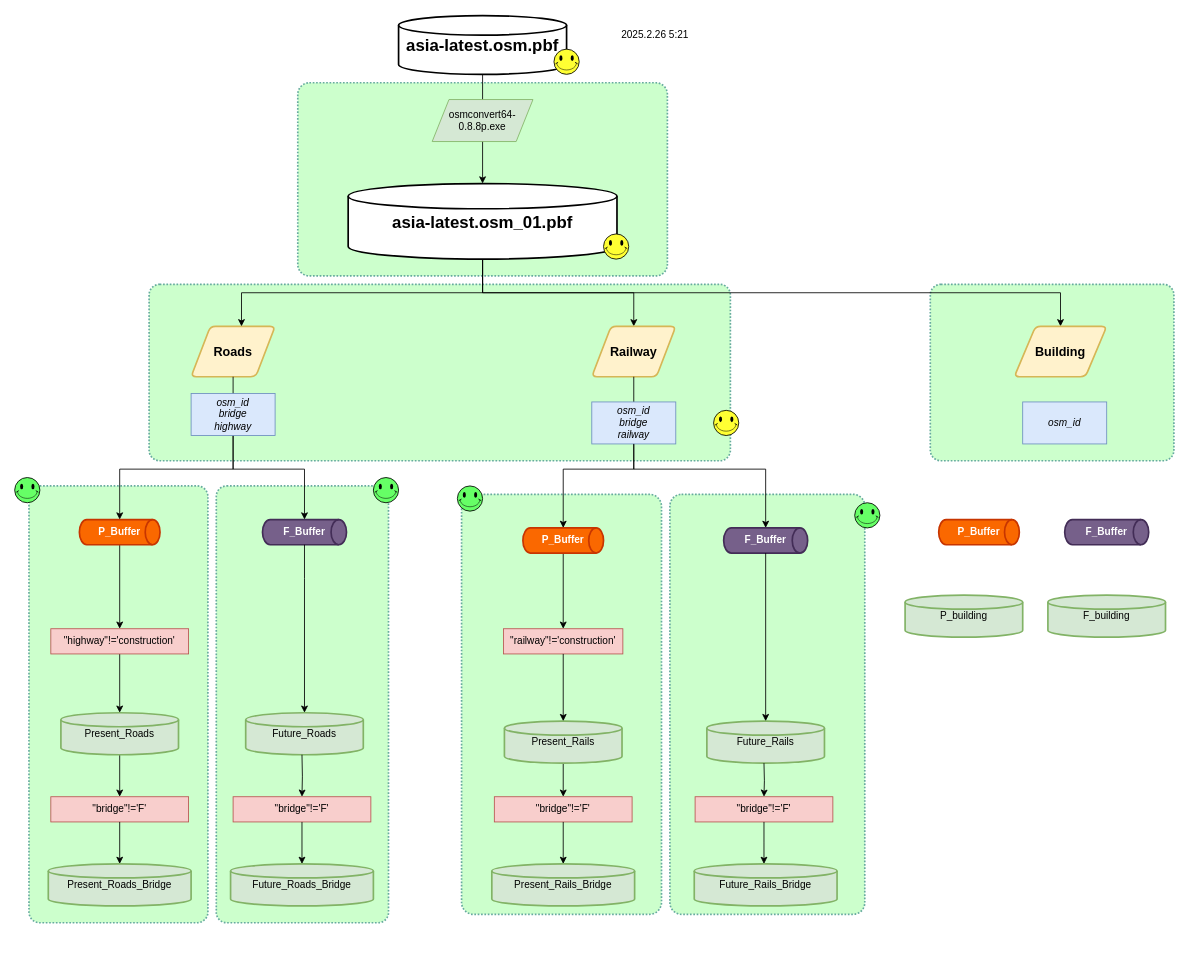
OpenQGIS/Draw.io keeps this draw.io diagram as 道路铁路提取数据.drawio. Above is the earlier version. Source tidied: cells renumbered, new cells numbered last; positions are measured from the earlier drawing's top-left corner, leaving out a move shared by most shapes. Both pictures are drawn from the tidied source at 84%, with x=0, y=0 at pixel (14, 15).
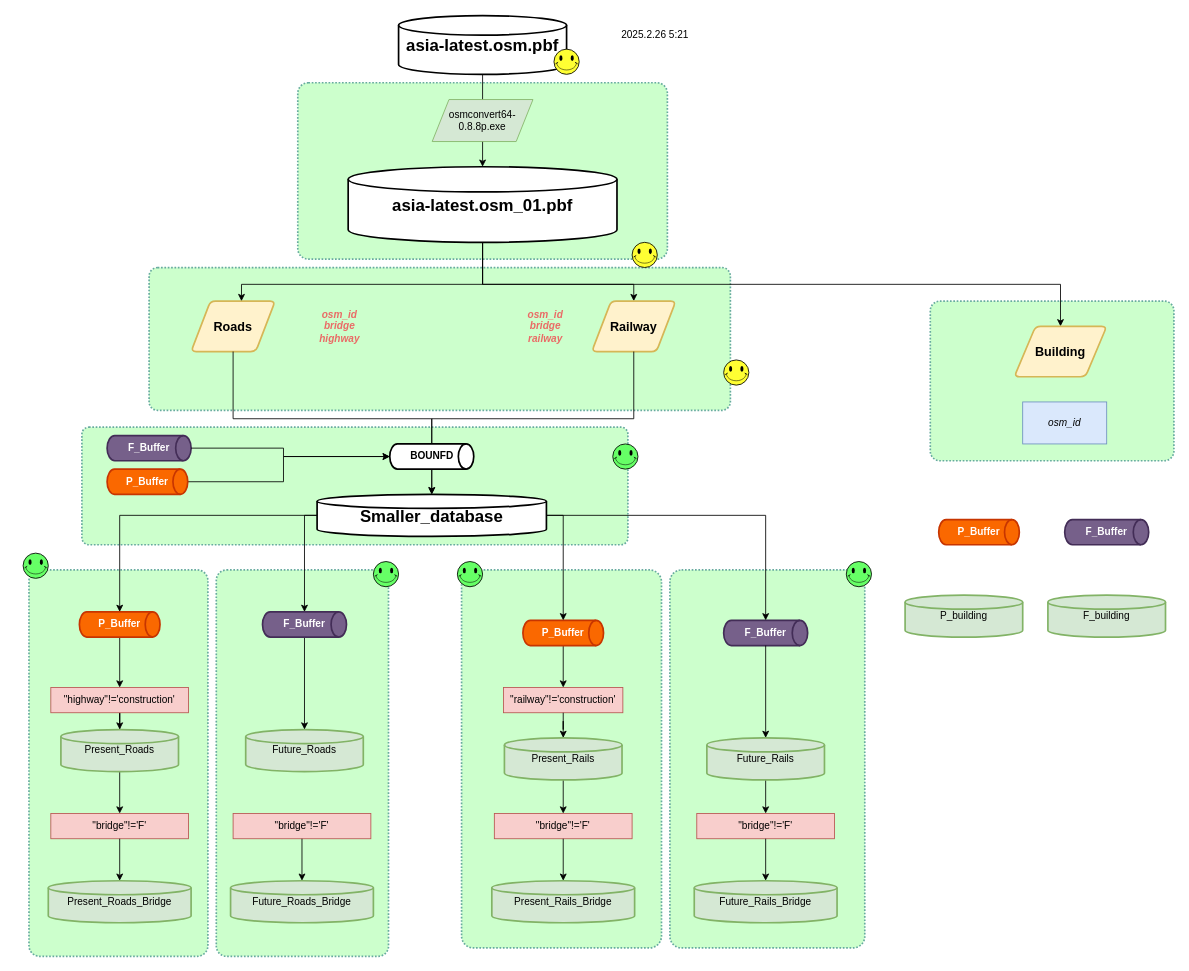
The same page after the edit.

Commit message:
更新道路铁路提取数据.drawio

Unchanged cells that the change refers to:
```xml
<mxCell id="64" value="Building" style="shape=parallelogram;html=1;strokeWidth=2;perimeter=parallelogramPerimeter;whiteSpace=wrap;rounded=1;arcSize=12;size=0.23;fontSize=15;fontStyle=1;fillColor=#fff2cc;strokeColor=#d6b656;" parent="1" vertex="1">
  <mxGeometry x="1190" y="370" width="110" height="60" as="geometry" />
</mxCell>
```

What changed in the source:
```diff
@@
+    <mxCell id="70" style="rounded=1;whiteSpace=wrap;html=1;fillColor=#CCFFCC;strokeColor=#67AB9F;strokeWidth=2;shadow=0;arcSize=6;dashed=1;dashPattern=1 1;" parent="1" vertex="1">
+      <mxGeometry x="80" y="490" width="650" height="140" as="geometry" />
+    </mxCell>
     <mxCell id="2" style="rounded=1;whiteSpace=wrap;html=1;fillColor=#CCFFCC;strokeColor=#67AB9F;strokeWidth=2;shadow=0;arcSize=6;dashed=1;dashPattern=1 1;" parent="1" vertex="1">
-      <mxGeometry x="1090" y="320" width="290" height="210" as="geometry" />
+      <mxGeometry x="1090" y="340" width="290" height="190" as="geometry" />
     </mxCell>
     <mxCell id="3" style="rounded=1;whiteSpace=wrap;html=1;fillColor=#CCFFCC;strokeColor=#67AB9F;strokeWidth=2;shadow=0;arcSize=6;dashed=1;dashPattern=1 1;" parent="1" vertex="1">
-      <mxGeometry x="780" y="570" width="232" height="500" as="geometry" />
+      <mxGeometry x="780" y="660" width="232" height="450" as="geometry" />
     </mxCell>
     <mxCell id="4" style="rounded=1;whiteSpace=wrap;html=1;fillColor=#CCFFCC;strokeColor=#67AB9F;strokeWidth=2;shadow=0;arcSize=6;dashed=1;dashPattern=1 1;" parent="1" vertex="1">
-      <mxGeometry x="240" y="560" width="205" height="520" as="geometry" />
+      <mxGeometry x="240" y="660" width="205" height="460" as="geometry" />
     </mxCell>
     <mxCell id="5" style="rounded=1;whiteSpace=wrap;html=1;fillColor=#CCFFCC;strokeColor=#67AB9F;strokeWidth=2;shadow=0;arcSize=6;dashed=1;dashPattern=1 1;" parent="1" vertex="1">
-      <mxGeometry x="532" y="570" width="238" height="500" as="geometry" />
+      <mxGeometry x="532" y="660" width="238" height="450" as="geometry" />
     </mxCell>
     <mxCell id="6" style="rounded=1;whiteSpace=wrap;html=1;fillColor=#CCFFCC;strokeColor=#67AB9F;strokeWidth=2;shadow=0;arcSize=6;dashed=1;dashPattern=1 1;" parent="1" vertex="1">
-      <mxGeometry x="17" y="560" width="213" height="520" as="geometry" />
+      <mxGeometry x="17" y="660" width="213" height="460" as="geometry" />
     </mxCell>
     <mxCell id="7" style="rounded=1;whiteSpace=wrap;html=1;fillColor=#CCFFCC;strokeColor=#67AB9F;strokeWidth=2;shadow=0;arcSize=6;dashed=1;dashPattern=1 1;" parent="1" vertex="1">
-      <mxGeometry x="160" y="320" width="692" height="210" as="geometry" />
+      <mxGeometry x="160" y="300" width="692" height="170" as="geometry" />
     </mxCell>
     <mxCell id="8" style="rounded=1;whiteSpace=wrap;html=1;fillColor=#CCFFCC;strokeColor=#67AB9F;strokeWidth=2;shadow=0;arcSize=6;dashed=1;dashPattern=1 1;" parent="1" vertex="1">
-      <mxGeometry x="337" y="80" width="440" height="230" as="geometry" />
+      <mxGeometry x="337" y="80" width="440" height="210" as="geometry" />
     </mxCell>
@@
     <mxCell id="10" style="edgeStyle=orthogonalEdgeStyle;rounded=0;jettySize=auto;html=1;entryX=0.5;entryY=0;entryDx=0;entryDy=0;" parent="1" edge="1" source="12" target="16">
-      <mxGeometry relative="1" as="geometry" />
+      <mxGeometry relative="1" as="geometry">
+        <Array as="points">
+          <mxPoint x="557" y="320" />
+          <mxPoint x="737" y="320" />
+        </Array>
+      </mxGeometry>
     </mxCell>
     <mxCell id="11" style="edgeStyle=orthogonalEdgeStyle;rounded=0;jettySize=auto;html=1;entryX=0.5;entryY=0;entryDx=0;entryDy=0;" parent="1" edge="1" source="12" target="64">
       <mxGeometry relative="1" as="geometry">
         <Array as="points">
-          <mxPoint x="557" y="330" />
-          <mxPoint x="1245" y="330" />
+          <mxPoint x="557" y="320" />
+          <mxPoint x="1245" y="320" />
         </Array>
       </mxGeometry>
     </mxCell>
     <mxCell id="12" value="&lt;span style=&quot;font-size: 20px; font-weight: 700;&quot;&gt;asia-latest.osm_01.pbf&lt;/span&gt;" style="strokeWidth=2;html=1;shape=mxgraph.flowchart.database;whiteSpace=wrap;" parent="1" vertex="1">
-      <mxGeometry x="397" y="200" width="320" height="90" as="geometry" />
+      <mxGeometry x="397" y="180" width="320" height="90" as="geometry" />
     </mxCell>
@@
     <mxCell id="15" value="Roads" style="shape=parallelogram;html=1;strokeWidth=2;perimeter=parallelogramPerimeter;whiteSpace=wrap;rounded=1;arcSize=12;size=0.23;fontSize=15;fontStyle=1;fillColor=#fff2cc;strokeColor=#d6b656;" parent="1" vertex="1">
-      <mxGeometry x="210" y="370" width="100" height="60" as="geometry" />
+      <mxGeometry x="210" y="340" width="100" height="60" as="geometry" />
     </mxCell>
     <mxCell id="16" value="Railway" style="shape=parallelogram;html=1;strokeWidth=2;perimeter=parallelogramPerimeter;whiteSpace=wrap;rounded=1;arcSize=12;size=0.23;fontSize=15;fontStyle=1;fillColor=#fff2cc;strokeColor=#d6b656;" parent="1" vertex="1">
-      <mxGeometry x="687" y="370" width="100" height="60" as="geometry" />
+      <mxGeometry x="687" y="340" width="100" height="60" as="geometry" />
     </mxCell>
     <mxCell id="17" value="&quot;railway&quot;!='construction'" style="rounded=0;whiteSpace=wrap;html=1;fontStyle=0;spacing=2;fillColor=#f8cecc;strokeColor=#b85450;" parent="1" vertex="1">
-      <mxGeometry x="582" y="730" width="142" height="30" as="geometry" />
+      <mxGeometry x="582" y="800" width="142" height="30" as="geometry" />
     </mxCell>
@@
     <mxCell id="19" value="&quot;highway&quot;!='construction'" style="rounded=0;whiteSpace=wrap;html=1;fontStyle=0;spacing=2;fillColor=#f8cecc;strokeColor=#b85450;" parent="1" vertex="1">
-      <mxGeometry x="43" y="730" width="164" height="30" as="geometry" />
+      <mxGeometry x="43" y="800" width="164" height="30" as="geometry" />
     </mxCell>
@@
     <mxCell id="21" value="Present_Roads" style="strokeWidth=2;html=1;shape=mxgraph.flowchart.database;whiteSpace=wrap;fillColor=#d5e8d4;strokeColor=#82b366;" parent="1" vertex="1">
-      <mxGeometry x="55" y="830" width="140" height="50" as="geometry" />
+      <mxGeometry x="55" y="850" width="140" height="50" as="geometry" />
     </mxCell>
@@
     <mxCell id="23" value="Present_Rails" style="strokeWidth=2;html=1;shape=mxgraph.flowchart.database;whiteSpace=wrap;fillColor=#d5e8d4;strokeColor=#82b366;" parent="1" vertex="1">
-      <mxGeometry x="583" y="840" width="140" height="50" as="geometry" />
+      <mxGeometry x="583" y="860" width="140" height="50" as="geometry" />
     </mxCell>
     <mxCell id="24" value="Future_Roads" style="strokeWidth=2;html=1;shape=mxgraph.flowchart.database;whiteSpace=wrap;fillColor=#d5e8d4;strokeColor=#82b366;" parent="1" vertex="1">
-      <mxGeometry x="275" y="830" width="140" height="50" as="geometry" />
+      <mxGeometry x="275" y="850" width="140" height="50" as="geometry" />
     </mxCell>
+    <mxCell id="71" style="edgeStyle=orthogonalEdgeStyle;rounded=0;jettySize=auto;html=1;entryX=0.5;entryY=0;entryDx=0;entryDy=0;" parent="1" edge="1" source="25" target="62">
+      <mxGeometry relative="1" as="geometry" />
+    </mxCell>
     <mxCell id="25" value="Future_Rails" style="strokeWidth=2;html=1;shape=mxgraph.flowchart.database;whiteSpace=wrap;fillColor=#d5e8d4;strokeColor=#82b366;" parent="1" vertex="1">
-      <mxGeometry x="824" y="840" width="140" height="50" as="geometry" />
+      <mxGeometry x="824" y="860" width="140" height="50" as="geometry" />
     </mxCell>
@@
     <mxCell id="27" style="edgeStyle=orthogonalEdgeStyle;rounded=0;jettySize=auto;html=1;entryX=0.6;entryY=0;entryDx=0;entryDy=0;entryPerimeter=0;" parent="1" edge="1" source="12" target="15">
       <mxGeometry relative="1" as="geometry">
         <Array as="points">
-          <mxPoint x="557" y="330" />
-          <mxPoint x="270" y="330" />
+          <mxPoint x="557" y="320" />
+          <mxPoint x="270" y="320" />
         </Array>
       </mxGeometry>
     </mxCell>
+    <mxCell id="34" style="edgeStyle=orthogonalEdgeStyle;rounded=0;jettySize=auto;html=1;entryX=0.5;entryY=0;entryDx=0;entryDy=0;entryPerimeter=0;" parent="1" edge="1" source="28" target="24">
+      <mxGeometry relative="1" as="geometry" />
+    </mxCell>
     <mxCell id="28" value="F_Buffer" style="strokeWidth=2;html=1;shape=mxgraph.flowchart.direct_data;whiteSpace=wrap;fillColor=#76608a;strokeColor=#432D57;fontColor=#ffffff;fontStyle=1;" parent="1" vertex="1">
-      <mxGeometry x="295" y="600" width="100" height="30" as="geometry" />
+      <mxGeometry x="295" y="710" width="100" height="30" as="geometry" />
     </mxCell>
@@
     <mxCell id="30" value="P_Buffer" style="strokeWidth=2;html=1;shape=mxgraph.flowchart.direct_data;whiteSpace=wrap;fillColor=#fa6800;strokeColor=#C73500;fontColor=#FFFFFF;fontStyle=1;" parent="1" vertex="1">
-      <mxGeometry x="77" y="600" width="96" height="30" as="geometry" />
+      <mxGeometry x="77" y="710" width="96" height="30" as="geometry" />
     </mxCell>
-    <mxCell id="31" style="edgeStyle=orthogonalEdgeStyle;rounded=0;jettySize=auto;html=1;entryX=0.5;entryY=0;entryDx=0;entryDy=0;entryPerimeter=0;" parent="1" edge="1" source="15" target="30">
-      <mxGeometry relative="1" as="geometry">
-        <Array as="points">
-          <mxPoint x="260" y="540" />
-          <mxPoint x="125" y="540" />
-        </Array>
-      </mxGeometry>
-    </mxCell>
-    <mxCell id="32" style="edgeStyle=orthogonalEdgeStyle;rounded=0;jettySize=auto;html=1;" parent="1" edge="1" source="33" target="28">
-      <mxGeometry relative="1" as="geometry">
-        <Array as="points">
-          <mxPoint x="260" y="540" />
-          <mxPoint x="345" y="540" />
-        </Array>
-      </mxGeometry>
-    </mxCell>
-    <mxCell id="33" value="osm_id&lt;div&gt;bridge&lt;/div&gt;&lt;div&gt;highway&lt;/div&gt;" style="rounded=0;whiteSpace=wrap;html=1;fontStyle=2;spacing=2;fillColor=#dae8fc;strokeColor=#6c8ebf;" parent="1" vertex="1">
-      <mxGeometry x="210" y="450" width="100" height="50" as="geometry" />
+    <mxCell id="33" value="osm_id&lt;div&gt;bridge&lt;/div&gt;&lt;div&gt;highway&lt;/div&gt;" style="rounded=0;whiteSpace=wrap;html=1;fontStyle=3;spacing=2;fillColor=none;strokeColor=none;fontColor=#EA6B66;" parent="1" vertex="1">
+      <mxGeometry x="337" y="345" width="100" height="50" as="geometry" />
     </mxCell>
-    <mxCell id="34" style="edgeStyle=orthogonalEdgeStyle;rounded=0;jettySize=auto;html=1;entryX=0.5;entryY=0;entryDx=0;entryDy=0;entryPerimeter=0;" parent="1" edge="1" source="28" target="24">
-      <mxGeometry relative="1" as="geometry">
-        <Array as="points">
-          <mxPoint x="345" y="670" />
-          <mxPoint x="345" y="670" />
-        </Array>
-      </mxGeometry>
-    </mxCell>
     <mxCell id="35" value="F_Buffer" style="strokeWidth=2;html=1;shape=mxgraph.flowchart.direct_data;whiteSpace=wrap;fillColor=#76608a;strokeColor=#432D57;fontColor=#ffffff;fontStyle=1;" parent="1" vertex="1">
-      <mxGeometry x="844" y="610" width="100" height="30" as="geometry" />
+      <mxGeometry x="844" y="720" width="100" height="30" as="geometry" />
     </mxCell>
@@
     <mxCell id="37" value="P_Buffer" style="strokeWidth=2;html=1;shape=mxgraph.flowchart.direct_data;whiteSpace=wrap;fillColor=#fa6800;strokeColor=#C73500;fontColor=#FFFFFF;fontStyle=1;" parent="1" vertex="1">
-      <mxGeometry x="605" y="610" width="96" height="30" as="geometry" />
+      <mxGeometry x="605" y="720" width="96" height="30" as="geometry" />
     </mxCell>
-    <mxCell id="38" style="edgeStyle=orthogonalEdgeStyle;rounded=0;jettySize=auto;html=1;entryX=0.5;entryY=0;entryDx=0;entryDy=0;entryPerimeter=0;" parent="1" edge="1" source="16" target="37">
-      <mxGeometry relative="1" as="geometry">
-        <Array as="points">
-          <mxPoint x="737" y="540" />
-          <mxPoint x="653" y="540" />
-        </Array>
-      </mxGeometry>
-    </mxCell>
-    <mxCell id="39" value="osm_id&lt;div&gt;bridge&lt;/div&gt;&lt;div&gt;railway&lt;/div&gt;" style="rounded=0;whiteSpace=wrap;html=1;fontStyle=2;spacing=2;fillColor=#dae8fc;strokeColor=#6c8ebf;" parent="1" vertex="1">
-      <mxGeometry x="687" y="460" width="100" height="50" as="geometry" />
+    <mxCell id="39" value="osm_id&lt;div&gt;bridge&lt;/div&gt;&lt;div&gt;railway&lt;/div&gt;" style="rounded=0;whiteSpace=wrap;html=1;fontStyle=3;spacing=2;fillColor=none;strokeColor=none;fontColor=#EA6B66;" parent="1" vertex="1">
+      <mxGeometry x="582" y="345" width="100" height="50" as="geometry" />
     </mxCell>
@@
     <mxCell id="42" style="verticalLabelPosition=bottom;verticalAlign=top;html=1;shape=mxgraph.basic.smiley;fillColor=#FFFF33;" parent="1" vertex="1">
-      <mxGeometry x="701" y="260" width="30" height="30" as="geometry" />
+      <mxGeometry x="735" y="270" width="30" height="30" as="geometry" />
     </mxCell>
@@
     <mxCell id="44" style="verticalLabelPosition=bottom;verticalAlign=top;html=1;shape=mxgraph.basic.smiley;fillColor=#FFFF33;" parent="1" vertex="1">
-      <mxGeometry x="832" y="470" width="30" height="30" as="geometry" />
+      <mxGeometry x="844" y="410" width="30" height="30" as="geometry" />
     </mxCell>
     <mxCell id="45" style="verticalLabelPosition=bottom;verticalAlign=top;html=1;shape=mxgraph.basic.smiley;fillColor=#66FF66;" parent="1" vertex="1">
-      <mxGeometry x="1000" y="580" width="30" height="30" as="geometry" />
+      <mxGeometry x="990" y="650" width="30" height="30" as="geometry" />
     </mxCell>
     <mxCell id="46" style="verticalLabelPosition=bottom;verticalAlign=top;html=1;shape=mxgraph.basic.smiley;fillColor=#66FF66;" parent="1" vertex="1">
-      <mxGeometry x="427" y="550" width="30" height="30" as="geometry" />
+      <mxGeometry x="427" y="650" width="30" height="30" as="geometry" />
     </mxCell>
     <mxCell id="47" value="Present_Roads_Bridge" style="strokeWidth=2;html=1;shape=mxgraph.flowchart.database;whiteSpace=wrap;fillColor=#d5e8d4;strokeColor=#82b366;" parent="1" vertex="1">
-      <mxGeometry x="40" y="1010" width="170" height="50" as="geometry" />
+      <mxGeometry x="40" y="1030" width="170" height="50" as="geometry" />
     </mxCell>
     <mxCell id="48" value="Future_Roads_Bridge" style="strokeWidth=2;html=1;shape=mxgraph.flowchart.database;whiteSpace=wrap;fillColor=#d5e8d4;strokeColor=#82b366;" parent="1" vertex="1">
-      <mxGeometry x="257" y="1010" width="170" height="50" as="geometry" />
+      <mxGeometry x="257" y="1030" width="170" height="50" as="geometry" />
     </mxCell>
     <mxCell id="49" value="Future_Rails_Bridge" style="strokeWidth=2;html=1;shape=mxgraph.flowchart.database;whiteSpace=wrap;fillColor=#d5e8d4;strokeColor=#82b366;" parent="1" vertex="1">
-      <mxGeometry x="809" y="1010" width="170" height="50" as="geometry" />
+      <mxGeometry x="809" y="1030" width="170" height="50" as="geometry" />
     </mxCell>
     <mxCell id="50" value="Present_Rails_Bridge" style="strokeWidth=2;html=1;shape=mxgraph.flowchart.database;whiteSpace=wrap;fillColor=#d5e8d4;strokeColor=#82b366;" parent="1" vertex="1">
-      <mxGeometry x="568" y="1010" width="170" height="50" as="geometry" />
+      <mxGeometry x="568" y="1030" width="170" height="50" as="geometry" />
     </mxCell>
-    <mxCell id="51" style="edgeStyle=orthogonalEdgeStyle;rounded=0;jettySize=auto;html=1;entryX=0.5;entryY=0;entryDx=0;entryDy=0;entryPerimeter=0;" parent="1" edge="1" source="39" target="35">
-      <mxGeometry relative="1" as="geometry">
-        <Array as="points">
-          <mxPoint x="737" y="540" />
-          <mxPoint x="894" y="540" />
-        </Array>
-      </mxGeometry>
-    </mxCell>
     <mxCell id="52" style="verticalLabelPosition=bottom;verticalAlign=top;html=1;shape=mxgraph.basic.smiley;fillColor=#66FF66;" parent="1" vertex="1">
-      <mxGeometry x="527" y="560" width="30" height="30" as="geometry" />
+      <mxGeometry x="527" y="650" width="30" height="30" as="geometry" />
     </mxCell>
     <mxCell id="53" style="verticalLabelPosition=bottom;verticalAlign=top;html=1;shape=mxgraph.basic.smiley;fillColor=#66FF66;" parent="1" vertex="1">
-      <mxGeometry y="550" width="30" height="30" as="geometry" />
+      <mxGeometry x="10" y="640" width="30" height="30" as="geometry" />
     </mxCell>
     <mxCell id="54" value="&quot;bridge&quot;!='F'" style="rounded=0;whiteSpace=wrap;html=1;fontStyle=0;spacing=2;fillColor=#f8cecc;strokeColor=#b85450;" parent="1" vertex="1">
-      <mxGeometry x="43" y="930" width="164" height="30" as="geometry" />
+      <mxGeometry x="43" y="950" width="164" height="30" as="geometry" />
     </mxCell>
@@
     <mxCell id="56" value="&quot;bridge&quot;!='F'" style="rounded=0;whiteSpace=wrap;html=1;fontStyle=0;spacing=2;fillColor=#f8cecc;strokeColor=#b85450;" parent="1" vertex="1">
-      <mxGeometry x="571" y="930" width="164" height="30" as="geometry" />
+      <mxGeometry x="571" y="950" width="164" height="30" as="geometry" />
     </mxCell>
@@
-    <mxCell id="58" style="edgeStyle=orthogonalEdgeStyle;rounded=0;jettySize=auto;html=1;entryX=0.5;entryY=0;entryDx=0;entryDy=0;" parent="1" edge="1" target="59">
-      <mxGeometry relative="1" as="geometry">
-        <mxPoint x="342" y="880" as="sourcePoint" />
-      </mxGeometry>
-    </mxCell>
     <mxCell id="59" value="&quot;bridge&quot;!='F'" style="rounded=0;whiteSpace=wrap;html=1;fontStyle=0;spacing=2;fillColor=#f8cecc;strokeColor=#b85450;" parent="1" vertex="1">
-      <mxGeometry x="260" y="930" width="164" height="30" as="geometry" />
+      <mxGeometry x="260" y="950" width="164" height="30" as="geometry" />
     </mxCell>
@@
-    <mxCell id="61" style="edgeStyle=orthogonalEdgeStyle;rounded=0;jettySize=auto;html=1;" parent="1" edge="1" target="62">
-      <mxGeometry relative="1" as="geometry">
-        <mxPoint x="892" y="890" as="sourcePoint" />
-      </mxGeometry>
-    </mxCell>
     <mxCell id="62" value="&quot;bridge&quot;!='F'" style="rounded=0;whiteSpace=wrap;html=1;fontStyle=0;spacing=2;fillColor=#f8cecc;strokeColor=#b85450;" parent="1" vertex="1">
-      <mxGeometry x="810" y="930" width="164" height="30" as="geometry" />
+      <mxGeometry x="812" y="950" width="164" height="30" as="geometry" />
     </mxCell>
-    <mxCell id="63" style="edgeStyle=orthogonalEdgeStyle;rounded=0;jettySize=auto;html=1;entryX=0.5;entryY=0;entryDx=0;entryDy=0;entryPerimeter=0;" parent="1" edge="1" source="62">
-      <mxGeometry relative="1" as="geometry">
-        <mxPoint x="892" y="1010" as="targetPoint" />
-      </mxGeometry>
-    </mxCell>
@@
+    <mxCell id="72" style="edgeStyle=orthogonalEdgeStyle;rounded=0;jettySize=auto;html=1;" parent="1" edge="1" source="74" target="30">
+      <mxGeometry relative="1" as="geometry" />
+    </mxCell>
+    <mxCell id="73" style="edgeStyle=orthogonalEdgeStyle;rounded=0;jettySize=auto;html=1;" parent="1" edge="1" source="74" target="28">
+      <mxGeometry relative="1" as="geometry">
+        <Array as="points">
+          <mxPoint x="345" y="595" />
+        </Array>
+      </mxGeometry>
+    </mxCell>
+    <mxCell id="74" value="&lt;span style=&quot;font-size: 20px;&quot;&gt;&lt;b&gt;Smaller_database&lt;/b&gt;&lt;/span&gt;" style="strokeWidth=2;html=1;shape=mxgraph.flowchart.database;whiteSpace=wrap;" parent="1" vertex="1">
+      <mxGeometry x="360" y="570" width="273" height="50" as="geometry" />
+    </mxCell>
+    <mxCell id="75" style="edgeStyle=orthogonalEdgeStyle;rounded=0;jettySize=auto;html=1;entryX=0.5;entryY=0;entryDx=0;entryDy=0;entryPerimeter=0;" parent="1" edge="1" source="62" target="49">
+      <mxGeometry relative="1" as="geometry" />
+    </mxCell>
+    <mxCell id="76" value="F_Buffer" style="strokeWidth=2;html=1;shape=mxgraph.flowchart.direct_data;whiteSpace=wrap;fillColor=#76608a;strokeColor=#432D57;fontColor=#ffffff;fontStyle=1;" parent="1" vertex="1">
+      <mxGeometry x="110" y="500" width="100" height="30" as="geometry" />
+    </mxCell>
+    <mxCell id="77" style="edgeStyle=orthogonalEdgeStyle;rounded=0;jettySize=auto;html=1;" parent="1" edge="1" source="78" target="82">
+      <mxGeometry relative="1" as="geometry">
+        <Array as="points">
+          <mxPoint x="320" y="555" />
+          <mxPoint x="320" y="525" />
+        </Array>
+      </mxGeometry>
+    </mxCell>
+    <mxCell id="78" value="P_Buffer" style="strokeWidth=2;html=1;shape=mxgraph.flowchart.direct_data;whiteSpace=wrap;fillColor=#fa6800;strokeColor=#C73500;fontColor=#FFFFFF;fontStyle=1;" parent="1" vertex="1">
+      <mxGeometry x="110" y="540" width="96" height="30" as="geometry" />
+    </mxCell>
+    <mxCell id="79" style="edgeStyle=orthogonalEdgeStyle;rounded=0;jettySize=auto;html=1;entryX=0;entryY=0.5;entryDx=0;entryDy=0;entryPerimeter=0;" parent="1" edge="1" source="76" target="82">
+      <mxGeometry relative="1" as="geometry">
+        <Array as="points">
+          <mxPoint x="320" y="515" />
+          <mxPoint x="320" y="525" />
+        </Array>
+      </mxGeometry>
+    </mxCell>
+    <mxCell id="80" style="edgeStyle=orthogonalEdgeStyle;rounded=0;jettySize=auto;html=1;entryX=0.5;entryY=0;entryDx=0;entryDy=0;entryPerimeter=0;" parent="1" edge="1" source="16" target="74">
+      <mxGeometry relative="1" as="geometry">
+        <Array as="points">
+          <mxPoint x="737" y="480" />
+          <mxPoint x="496" y="480" />
+        </Array>
+      </mxGeometry>
+    </mxCell>
+    <mxCell id="81" style="edgeStyle=orthogonalEdgeStyle;rounded=0;jettySize=auto;html=1;entryX=0.5;entryY=0;entryDx=0;entryDy=0;entryPerimeter=0;" parent="1" edge="1" source="15" target="74">
+      <mxGeometry relative="1" as="geometry">
+        <Array as="points">
+          <mxPoint x="260" y="480" />
+          <mxPoint x="496" y="480" />
+        </Array>
+      </mxGeometry>
+    </mxCell>
+    <mxCell id="82" value="BOUNFD" style="strokeWidth=2;html=1;shape=mxgraph.flowchart.direct_data;whiteSpace=wrap;fontStyle=1;" parent="1" vertex="1">
+      <mxGeometry x="446.5" y="510" width="100" height="30" as="geometry" />
+    </mxCell>
+    <mxCell id="83" style="edgeStyle=orthogonalEdgeStyle;rounded=0;jettySize=auto;html=1;entryX=0.5;entryY=0;entryDx=0;entryDy=0;entryPerimeter=0;" parent="1" edge="1" source="74" target="37">
+      <mxGeometry relative="1" as="geometry">
+        <Array as="points">
+          <mxPoint x="653" y="595" />
+        </Array>
+      </mxGeometry>
+    </mxCell>
+    <mxCell id="84" style="edgeStyle=orthogonalEdgeStyle;rounded=0;jettySize=auto;html=1;entryX=0.5;entryY=0;entryDx=0;entryDy=0;entryPerimeter=0;" parent="1" edge="1" source="74" target="35">
+      <mxGeometry relative="1" as="geometry" />
+    </mxCell>
+    <mxCell id="85" style="verticalLabelPosition=bottom;verticalAlign=top;html=1;shape=mxgraph.basic.smiley;fillColor=#66FF66;" parent="1" vertex="1">
+      <mxGeometry x="712" y="510" width="30" height="30" as="geometry" />
+    </mxCell>
```
